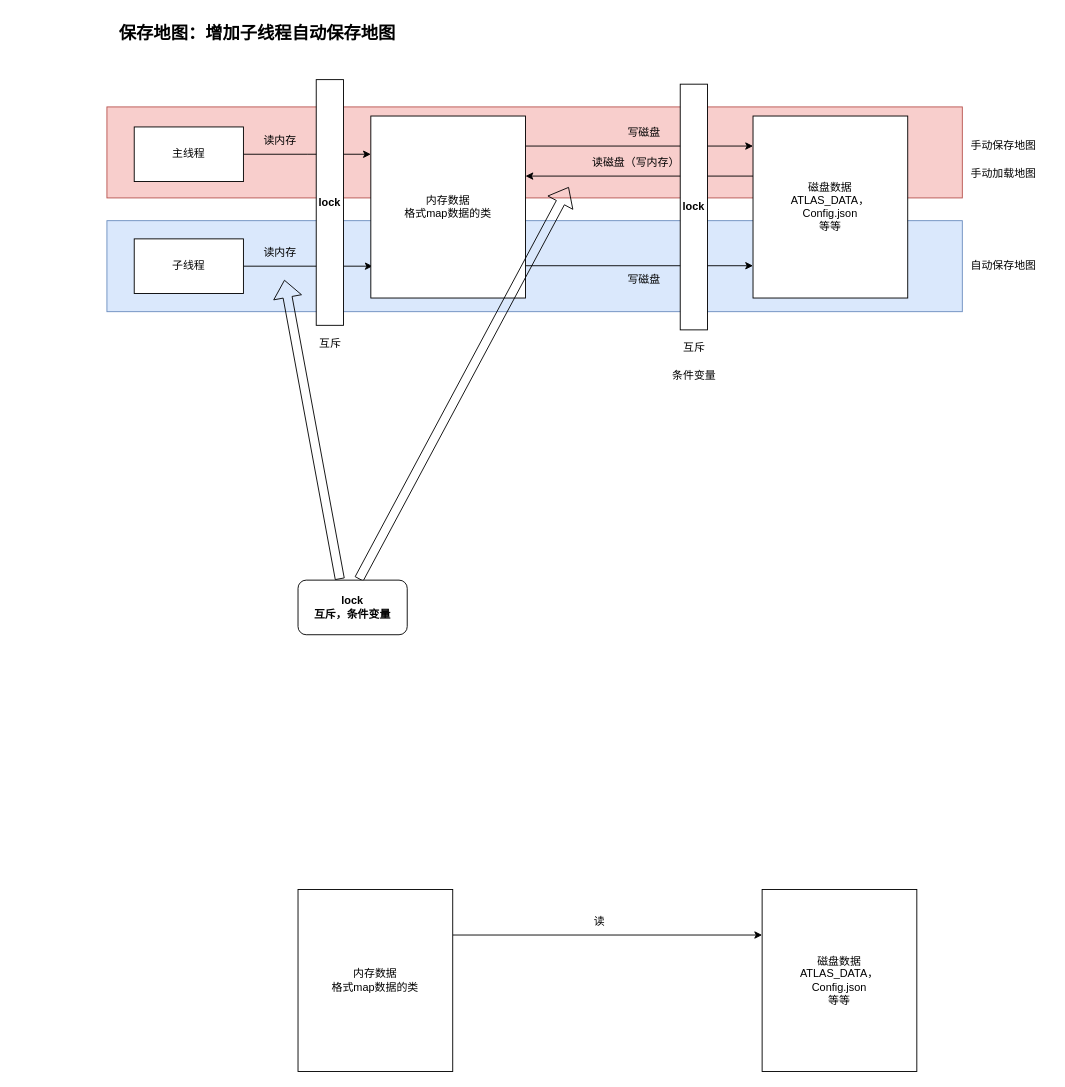
The draw.io diagram page "卡顿处理" (2 of 2) of 崩溃猜想.drawio in Jev0987/drawioFile, before the edit. Source tidied: cells renumbered, new cells numbered last; positions are measured from the earlier drawing's top-left corner, leaving out a move shared by most shapes. Both pictures are drawn from the tidied source at 91%, with x=0, y=0 at pixel (106, 15).
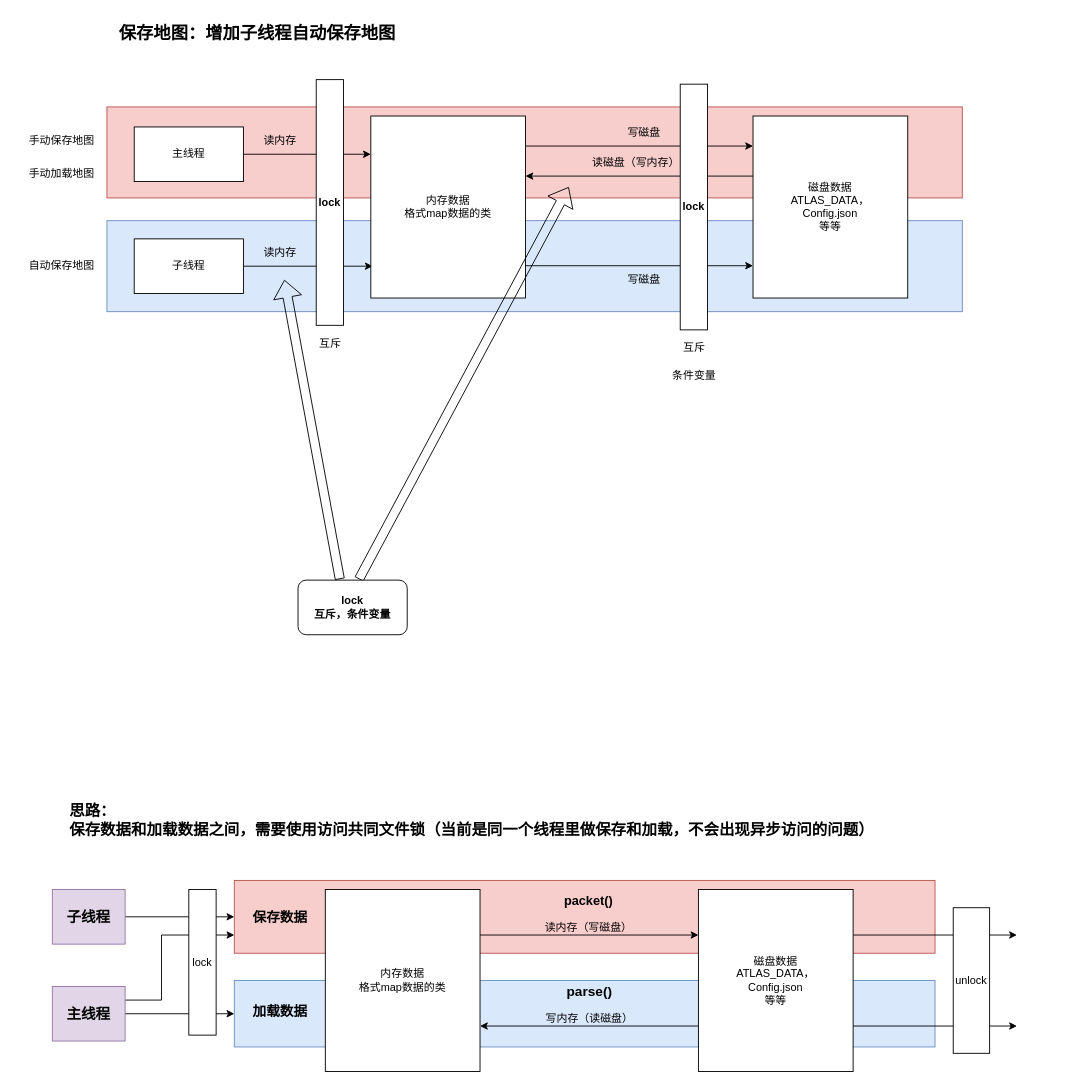
The same diagram, later.

Commit message:
更新崩溃猜想.drawio

Diff of the diagram source:
```diff
@@
+    <mxCell id="34" style="rounded=0;whiteSpace=wrap;html=1;fillColor=#dae8fc;strokeColor=#6c8ebf;" parent="1" vertex="1">
+      <mxGeometry x="140" y="1060" width="770" height="73" as="geometry" />
+    </mxCell>
+    <mxCell id="35" style="rounded=0;whiteSpace=wrap;html=1;fillColor=#f8cecc;strokeColor=#b85450;" parent="1" vertex="1">
+      <mxGeometry x="140" y="950" width="770" height="80" as="geometry" />
+    </mxCell>
@@
     <mxCell id="21" value="自动保存地图" style="text;html=1;align=center;verticalAlign=middle;strokeColor=none;fillColor=none;" parent="1" vertex="1">
-      <mxGeometry x="935" y="260" width="100" height="30" as="geometry" />
+      <mxGeometry x="-100" y="260" width="100" height="30" as="geometry" />
     </mxCell>
     <mxCell id="22" value="手动保存地图" style="text;html=1;align=center;verticalAlign=middle;strokeColor=none;fillColor=none;" parent="1" vertex="1">
-      <mxGeometry x="935" y="128" width="100" height="30" as="geometry" />
+      <mxGeometry x="-100" y="122" width="100" height="30" as="geometry" />
     </mxCell>
     <mxCell id="23" value="手动加载地图" style="text;html=1;align=center;verticalAlign=middle;strokeColor=none;fillColor=none;" parent="1" vertex="1">
-      <mxGeometry x="935" y="158" width="100" height="30" as="geometry" />
+      <mxGeometry x="-100" y="158" width="100" height="30" as="geometry" />
     </mxCell>
@@
     <mxCell id="31" value="内存数据&lt;br&gt;格式map数据的类" style="whiteSpace=wrap;html=1;" parent="1" vertex="1">
-      <mxGeometry x="210" y="960" width="170" height="200" as="geometry" />
+      <mxGeometry x="240" y="960" width="170" height="200" as="geometry" />
     </mxCell>
+    <mxCell id="36" style="edgeStyle=orthogonalEdgeStyle;rounded=0;jettySize=auto;html=1;exitX=0;exitY=0.75;exitDx=0;exitDy=0;entryX=1;entryY=0.75;entryDx=0;entryDy=0;" parent="1" edge="1" source="32" target="31">
+      <mxGeometry relative="1" as="geometry" />
+    </mxCell>
+    <mxCell id="37" style="edgeStyle=orthogonalEdgeStyle;rounded=0;jettySize=auto;html=1;exitX=1;exitY=0.75;exitDx=0;exitDy=0;" parent="1" edge="1" source="32">
+      <mxGeometry relative="1" as="geometry">
+        <mxPoint x="1000" y="1110" as="targetPoint" />
+      </mxGeometry>
+    </mxCell>
+    <mxCell id="38" style="edgeStyle=orthogonalEdgeStyle;rounded=0;jettySize=auto;html=1;exitX=1;exitY=0.25;exitDx=0;exitDy=0;" parent="1" edge="1" source="32">
+      <mxGeometry relative="1" as="geometry">
+        <mxPoint x="1000" y="1010" as="targetPoint" />
+      </mxGeometry>
+    </mxCell>
     <mxCell id="32" value="磁盘数据&lt;br&gt;ATLAS_DATA，&lt;div&gt;Config.json&lt;br&gt;等等&lt;/div&gt;" style="whiteSpace=wrap;html=1;" parent="1" vertex="1">
-      <mxGeometry x="720" y="960" width="170" height="200" as="geometry" />
+      <mxGeometry x="650" y="960" width="170" height="200" as="geometry" />
     </mxCell>
-    <mxCell id="33" value="读" style="text;html=1;align=center;verticalAlign=middle;strokeColor=none;fillColor=none;" parent="1" vertex="1">
-      <mxGeometry x="521" y="980" width="40" height="30" as="geometry" />
+    <mxCell id="33" value="读内存（写磁盘）" style="text;html=1;align=center;verticalAlign=middle;strokeColor=none;fillColor=none;" parent="1" vertex="1">
+      <mxGeometry x="469" y="987" width="120" height="30" as="geometry" />
     </mxCell>
+    <mxCell id="39" value="写内存（读磁盘）" style="text;html=1;align=center;verticalAlign=middle;strokeColor=none;fillColor=none;" parent="1" vertex="1">
+      <mxGeometry x="470" y="1087" width="120" height="30" as="geometry" />
+    </mxCell>
+    <mxCell id="40" value="&lt;b&gt;&lt;font style=&quot;font-size: 14px;&quot;&gt;packet()&lt;/font&gt;&lt;/b&gt;" style="text;html=1;align=center;verticalAlign=middle;strokeColor=none;fillColor=none;" parent="1" vertex="1">
+      <mxGeometry x="489" y="957" width="80" height="30" as="geometry" />
+    </mxCell>
+    <mxCell id="41" value="&lt;b&gt;&lt;font style=&quot;font-size: 15px;&quot;&gt;parse()&lt;/font&gt;&lt;/b&gt;" style="text;html=1;align=center;verticalAlign=middle;strokeColor=none;fillColor=none;" parent="1" vertex="1">
+      <mxGeometry x="495" y="1057" width="70" height="30" as="geometry" />
+    </mxCell>
+    <mxCell id="42" value="&lt;b style=&quot;font-size: 15px;&quot;&gt;保存数据&lt;/b&gt;" style="text;html=1;align=center;verticalAlign=middle;strokeColor=none;fillColor=none;fontSize=15;" parent="1" vertex="1">
+      <mxGeometry x="150" y="975" width="80" height="30" as="geometry" />
+    </mxCell>
+    <mxCell id="43" value="&lt;b style=&quot;font-size: 15px;&quot;&gt;加载数据&lt;/b&gt;" style="text;html=1;align=center;verticalAlign=middle;strokeColor=none;fillColor=none;fontSize=15;" parent="1" vertex="1">
+      <mxGeometry x="150" y="1078" width="80" height="30" as="geometry" />
+    </mxCell>
+    <mxCell id="44" value="&lt;b&gt;&lt;font style=&quot;font-size: 17px;&quot;&gt;思路：&lt;br&gt;保存数据和加载数据之间，需要使用访问共同文件锁（当前是同一个线程里做保存和加载，不会出现异步访问的问题）&lt;/font&gt;&lt;/b&gt;" style="text;html=1;align=left;verticalAlign=middle;strokeColor=none;fillColor=none;" parent="1" vertex="1">
+      <mxGeometry x="-43" y="860" width="910" height="50" as="geometry" />
+    </mxCell>
+    <mxCell id="45" style="edgeStyle=orthogonalEdgeStyle;rounded=0;jettySize=auto;html=1;exitX=1;exitY=0.5;exitDx=0;exitDy=0;entryX=0;entryY=0.5;entryDx=0;entryDy=0;" parent="1" edge="1" source="47" target="34">
+      <mxGeometry relative="1" as="geometry" />
+    </mxCell>
+    <mxCell id="46" style="edgeStyle=orthogonalEdgeStyle;rounded=0;jettySize=auto;html=1;exitX=1;exitY=0.25;exitDx=0;exitDy=0;entryX=0;entryY=0.75;entryDx=0;entryDy=0;" parent="1" edge="1" source="47" target="35">
+      <mxGeometry relative="1" as="geometry">
+        <Array as="points">
+          <mxPoint x="60" y="1082" />
+          <mxPoint x="60" y="1010" />
+        </Array>
+      </mxGeometry>
+    </mxCell>
+    <mxCell id="47" value="主线程" style="whiteSpace=wrap;html=1;fontStyle=1;fillColor=#e1d5e7;strokeColor=#9673a6;fontSize=16;" parent="1" vertex="1">
+      <mxGeometry x="-60" y="1066.5" width="80" height="60" as="geometry" />
+    </mxCell>
+    <mxCell id="48" style="edgeStyle=orthogonalEdgeStyle;rounded=0;jettySize=auto;html=1;exitX=1;exitY=0.5;exitDx=0;exitDy=0;entryX=0;entryY=0.5;entryDx=0;entryDy=0;" parent="1" edge="1" source="49" target="35">
+      <mxGeometry relative="1" as="geometry" />
+    </mxCell>
+    <mxCell id="49" value="子线程" style="whiteSpace=wrap;html=1;fontStyle=1;fillColor=#e1d5e7;strokeColor=#9673a6;fontSize=16;" parent="1" vertex="1">
+      <mxGeometry x="-60" y="960" width="80" height="60" as="geometry" />
+    </mxCell>
+    <mxCell id="50" value="lock" style="whiteSpace=wrap;html=1;" parent="1" vertex="1">
+      <mxGeometry x="90" y="960" width="30" height="160" as="geometry" />
+    </mxCell>
+    <mxCell id="51" value="unlock" style="whiteSpace=wrap;html=1;" parent="1" vertex="1">
+      <mxGeometry x="930" y="980" width="40" height="160" as="geometry" />
+    </mxCell>
```
